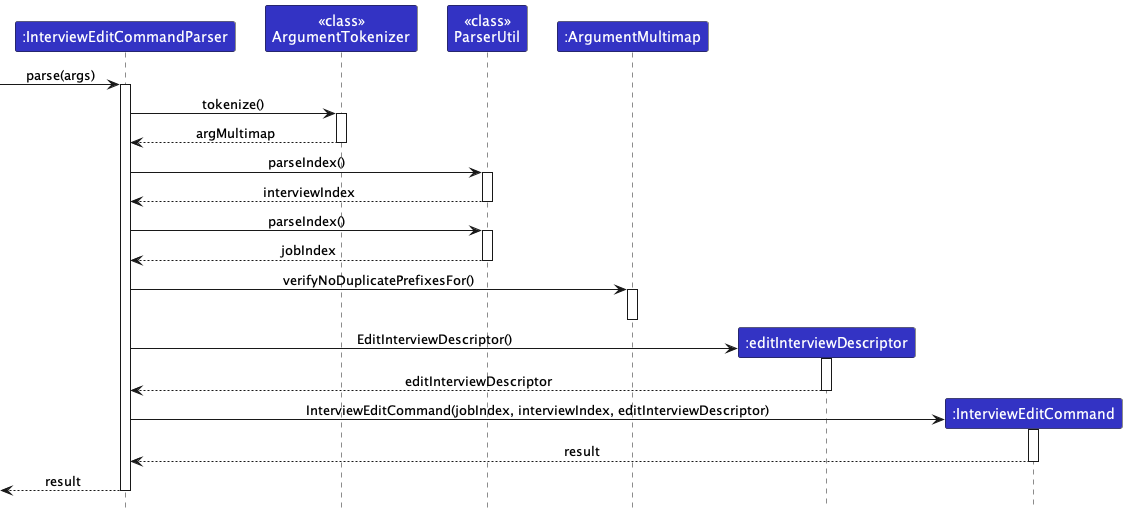
The PlantUML diagram docs/images/developer-guide/InterviewEditCommandParserSequenceDiagram.png in nus-cs2103-AY2324S1/tp, before a commit. Its diagram source:
```plantuml
@startuml
!include ../style.puml
skinparam ArrowFontStyle plain

Participant ":InterviewEditCommandParser" as iecp LOGIC_COLOR
Participant "<<class>>\nArgumentTokenizer" as at LOGIC_COLOR
Participant "<<class>>\nParserUtil" as pu LOGIC_COLOR
Participant ":ArgumentMultimap" as am LOGIC_COLOR
Participant ":editInterviewDescriptor" as eid LOGIC_COLOR
Participant ":InterviewEditCommand" as iec LOGIC_COLOR

[-> iecp ++: parse(args)
iecp -> at ++: tokenize()
at --> iecp --: argMultimap

iecp -> pu ++: parseIndex()
pu --> iecp --: interviewIndex

iecp -> pu ++: parseIndex()
pu --> iecp --: jobIndex

iecp -> am ++: verifyNoDuplicatePrefixesFor()
deactivate am

create eid
iecp -> eid ++: EditInterviewDescriptor()
eid --> iecp --: editInterviewDescriptor

create iec
iecp -> iec ++: InterviewEditCommand(jobIndex, interviewIndex, editInterviewDescriptor)
iec --> iecp --: result
iecp -->[ --: result
@enduml
```
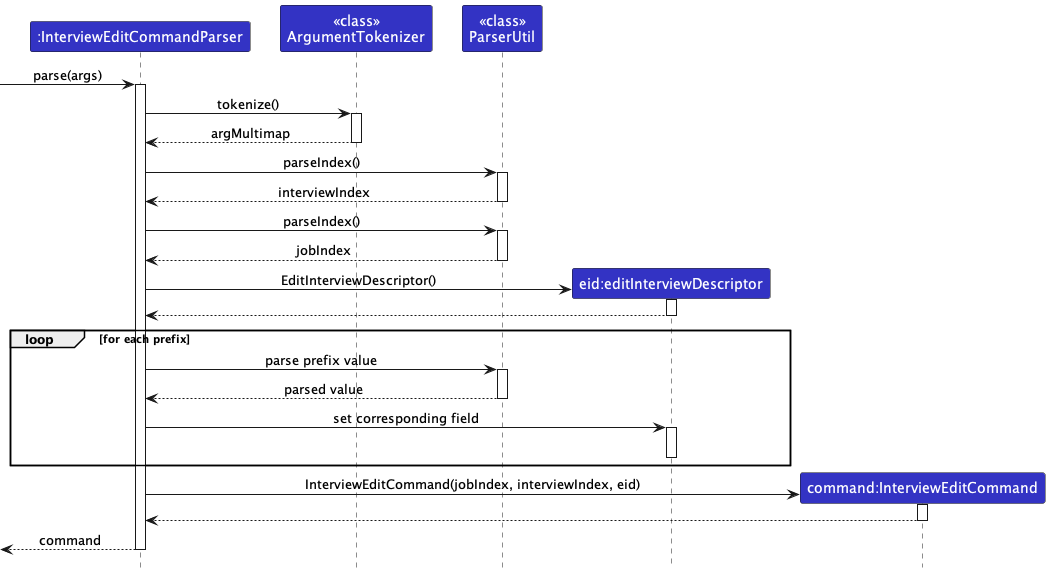
Later version of the same file.

The edit, as a diff of the source:
```diff
@@ -5,9 +5,8 @@
 Participant ":InterviewEditCommandParser" as iecp LOGIC_COLOR
 Participant "<<class>>\nArgumentTokenizer" as at LOGIC_COLOR
 Participant "<<class>>\nParserUtil" as pu LOGIC_COLOR
-Participant ":ArgumentMultimap" as am LOGIC_COLOR
-Participant ":editInterviewDescriptor" as eid LOGIC_COLOR
-Participant ":InterviewEditCommand" as iec LOGIC_COLOR
+Participant "eid:editInterviewDescriptor" as eid LOGIC_COLOR
+Participant "command:InterviewEditCommand" as iec LOGIC_COLOR
 
 [-> iecp ++: parse(args)
 iecp -> at ++: tokenize()
@@ -19,15 +18,19 @@
 iecp -> pu ++: parseIndex()
 pu --> iecp --: jobIndex
 
-iecp -> am ++: verifyNoDuplicatePrefixesFor()
-deactivate am
-
 create eid
 iecp -> eid ++: EditInterviewDescriptor()
-eid --> iecp --: editInterviewDescriptor
+eid --> iecp --
+
+loop for each prefix
+    iecp -> pu ++: parse prefix value
+    pu --> iecp --: parsed value
+    iecp -> eid ++: set corresponding field
+    deactivate eid
+end loop
 
 create iec
-iecp -> iec ++: InterviewEditCommand(jobIndex, interviewIndex, editInterviewDescriptor)
-iec --> iecp --: result
-iecp -->[ --: result
+iecp -> iec ++: InterviewEditCommand(jobIndex, interviewIndex, eid)
+iec --> iecp --
+iecp -->[ --: command
 @enduml
```
